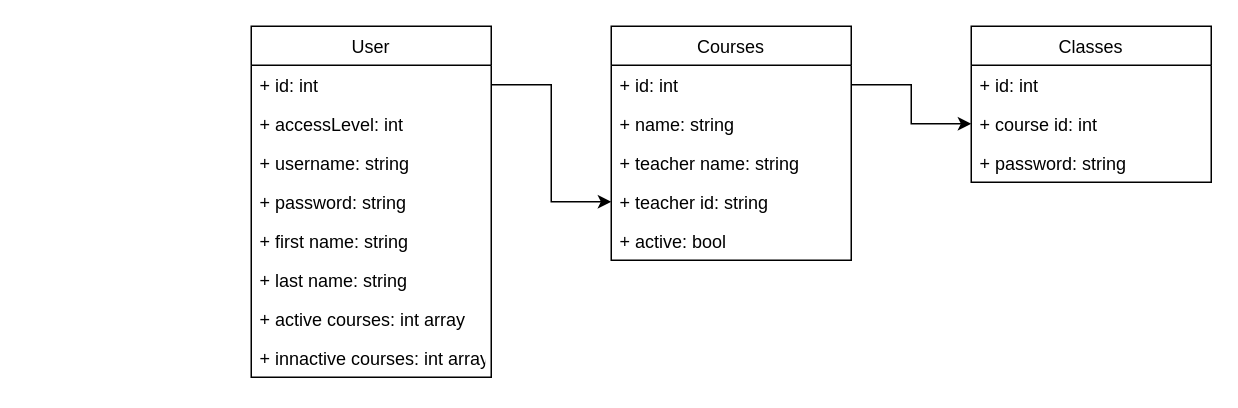
Before: DBDesign.drawio in trashsn0/MGMS, a draw.io diagram. Source tidied: cells renumbered, new cells numbered last; positions are measured from the earlier drawing's top-left corner, leaving out a move shared by most shapes. Both pictures are drawn from the tidied source at 150%, with x=0, y=0 at pixel (250, 26).
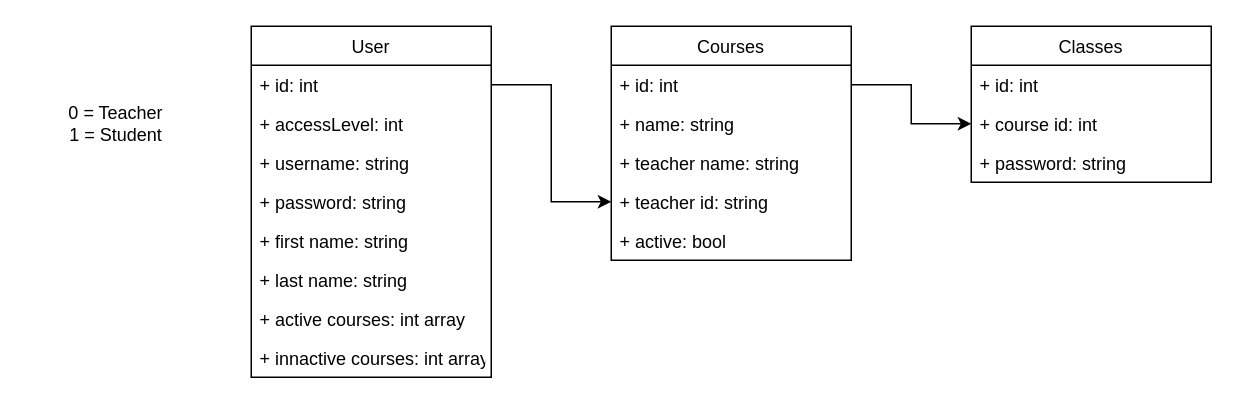
The same page after the edit.

Diff of the diagram source:
```diff
@@
+    <mxCell id="23" value="0 = Teacher&lt;br&gt;1 = Student" style="text;html=1;strokeColor=none;fillColor=none;align=center;verticalAlign=middle;whiteSpace=wrap;rounded=0;" parent="1" vertex="1">
+      <mxGeometry x="-150" y="50" width="120" height="30" as="geometry" />
+    </mxCell>
```
